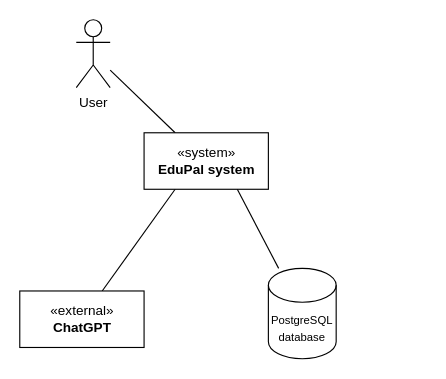
Above: lab4/viewpoints/context/context.drawio in piatrashkakanstantinass/psi2 (draw.io), before the change. Source tidied: cells renumbered, new cells numbered last; positions are measured from the earlier drawing's top-left corner, leaving out a move shared by most shapes. Both pictures are drawn from the tidied source at 113%, with x=0, y=0 at pixel (19, 19).
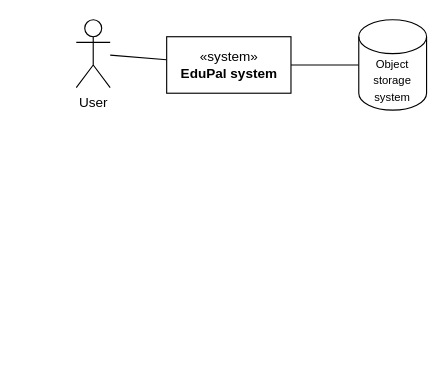
Above is the later version.

Commit message (it also covers changes not shown here):
changed to other external entity and reduced text

What changed in the source:
```diff
@@
 <mxGraphModel>
   <root>
     <mxCell id="0" />
     <mxCell id="1" parent="0" />
-    <mxCell id="2" style="edgeStyle=none;html=1;exitX=0.25;exitY=0;exitDx=0;exitDy=0;endArrow=none;endFill=0;" parent="1" edge="1" source="5" target="6">
+    <mxCell id="2" style="edgeStyle=none;html=1;endArrow=none;endFill=0;" parent="1" edge="1" source="5" target="6">
       <mxGeometry relative="1" as="geometry" />
     </mxCell>
-    <mxCell id="3" style="edgeStyle=none;html=1;exitX=0.25;exitY=1;exitDx=0;exitDy=0;endArrow=none;endFill=0;" parent="1" edge="1" source="5" target="7">
-      <mxGeometry relative="1" as="geometry" />
-    </mxCell>
-    <mxCell id="4" style="edgeStyle=none;html=1;exitX=0.75;exitY=1;exitDx=0;exitDy=0;endArrow=none;endFill=0;" parent="1" edge="1" source="5" target="8">
+    <mxCell id="4" style="edgeStyle=none;html=1;endArrow=none;endFill=0;" parent="1" edge="1" source="5" target="8">
       <mxGeometry relative="1" as="geometry" />
     </mxCell>
     <mxCell id="5" value="«system»&lt;br&gt;&lt;b&gt;EduPal system&lt;/b&gt;" style="html=1;" parent="1" vertex="1">
-      <mxGeometry x="110" y="100" width="110" height="50" as="geometry" />
+      <mxGeometry x="130" y="15" width="110" height="50" as="geometry" />
     </mxCell>
     <mxCell id="6" value="User" style="shape=umlActor;verticalLabelPosition=bottom;verticalAlign=top;html=1;" parent="1" vertex="1">
       <mxGeometry x="50" width="30" height="60" as="geometry" />
     </mxCell>
-    <mxCell id="7" value="«external»&lt;br&gt;&lt;b&gt;ChatGPT&lt;/b&gt;" style="html=1;" parent="1" vertex="1">
-      <mxGeometry y="240" width="110" height="50" as="geometry" />
-    </mxCell>
-    <mxCell id="8" value="&lt;font style=&quot;font-size: 10px;&quot;&gt;PostgreSQL&lt;br&gt;database&lt;/font&gt;" style="shape=cylinder3;whiteSpace=wrap;html=1;boundedLbl=1;backgroundOutline=1;size=15;" parent="1" vertex="1">
-      <mxGeometry x="220" y="220" width="60" height="80" as="geometry" />
+    <mxCell id="8" value="&lt;span style=&quot;font-size: 10px;&quot;&gt;Object storage system&lt;/span&gt;" style="shape=cylinder3;whiteSpace=wrap;html=1;boundedLbl=1;backgroundOutline=1;size=15;" parent="1" vertex="1">
+      <mxGeometry x="300" width="60" height="80" as="geometry" />
     </mxCell>
   </root>
 </mxGraphModel>
```
